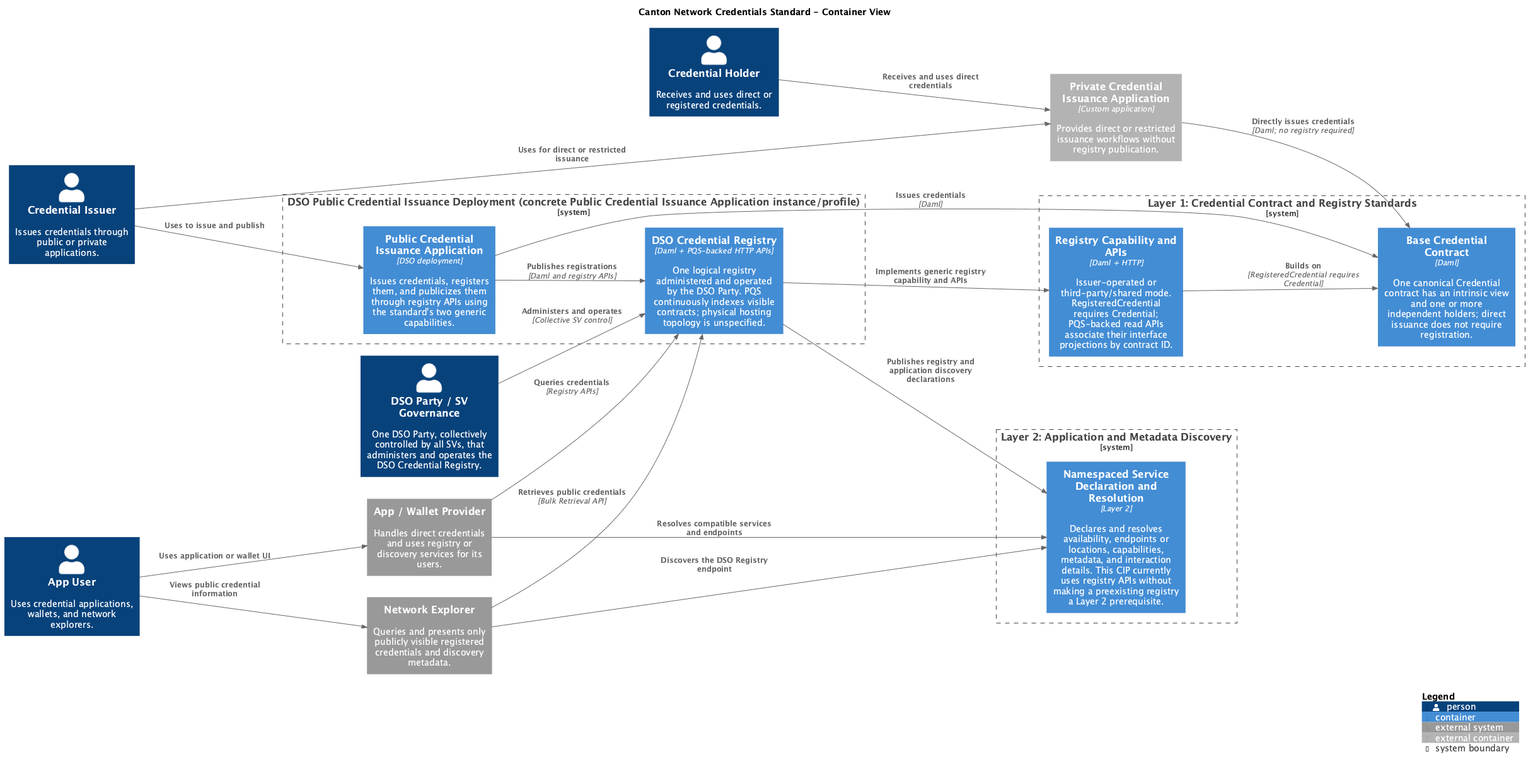
Earlier version of the PlantUML export cn-credentials-standard/images/credentials-containers.png (unlockitio/cips).
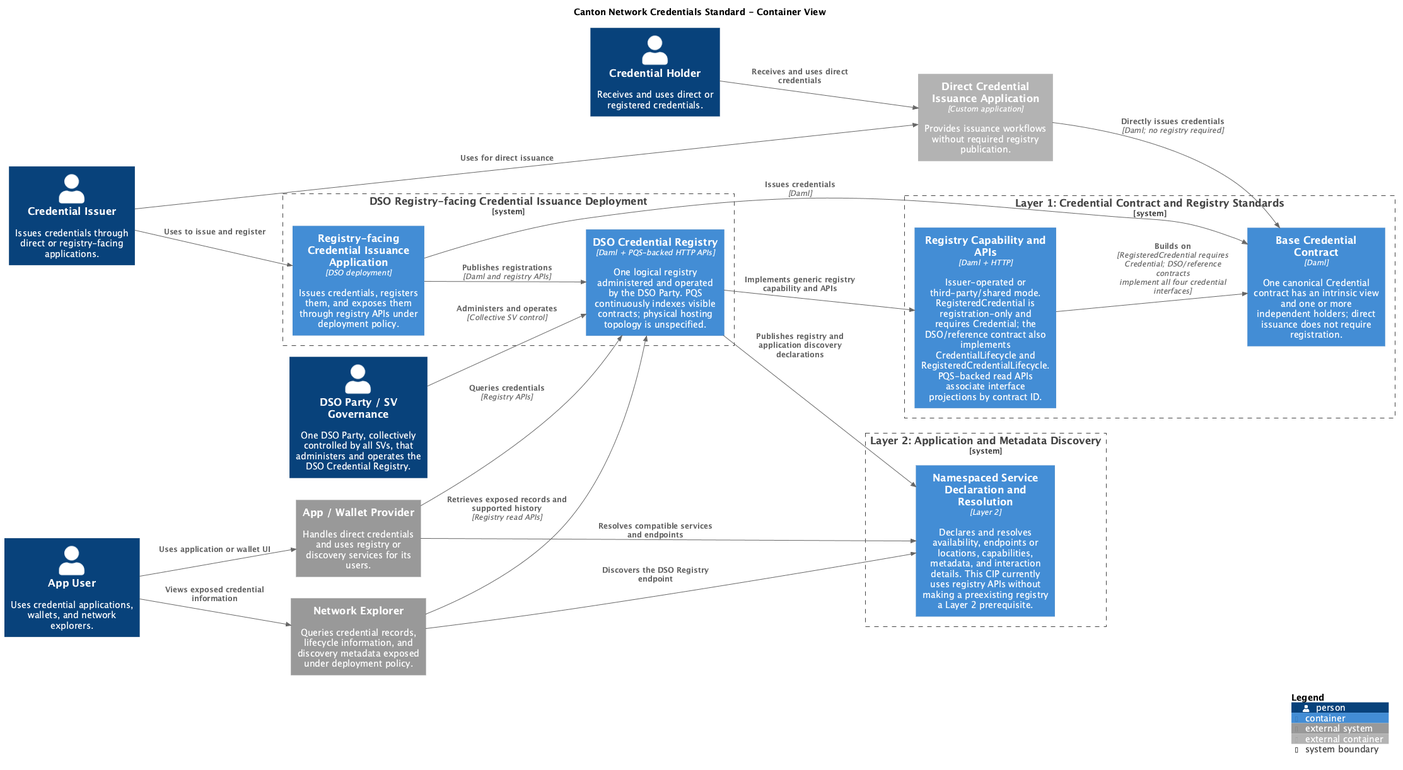
After the commit.

The edit, as a diff of the source:
```diff
@@ -4,36 +4,36 @@
 LAYOUT_LEFT_RIGHT()
 title Canton Network Credentials Standard - Container View
 
-Person(issuer, "Credential Issuer", "Issues credentials through public or private applications.")
+Person(issuer, "Credential Issuer", "Issues credentials through direct or registry-facing applications.")
 Person(holder, "Credential Holder", "Receives and uses direct or registered credentials.")
 Person(appUser, "App User", "Uses credential applications, wallets, and network explorers.")
 Person(dsoParty, "DSO Party / SV Governance", "One DSO Party, collectively controlled by all SVs, that administers and operates the DSO Credential Registry.")
 System_Ext(client, "App / Wallet Provider", "Handles direct credentials and uses registry or discovery services for its users.")
-System_Ext(explorer, "Network Explorer", "Queries and presents only publicly visible registered credentials and discovery metadata.")
-Container_Ext(privateIssuance, "Private Credential Issuance Application", "Custom application", "Provides direct or restricted issuance workflows without registry publication.")
+System_Ext(explorer, "Network Explorer", "Queries credential records, lifecycle information, and discovery metadata exposed under deployment policy.")
+Container_Ext(privateIssuance, "Direct Credential Issuance Application", "Custom application", "Provides issuance workflows without required registry publication.")
 
 System_Boundary(generic, "Layer 1: Credential Contract and Registry Standards") {
   Container(base, "Base Credential Contract", "Daml", "One canonical Credential contract has an intrinsic view and one or more independent holders; direct issuance does not require registration.")
-  Container(registry, "Registry Capability and APIs", "Daml + HTTP", "Issuer-operated or third-party/shared mode. RegisteredCredential requires Credential; PQS-backed read APIs associate their interface projections by contract ID.")
+  Container(registry, "Registry Capability and APIs", "Daml + HTTP", "Issuer-operated or third-party/shared mode. RegisteredCredential is registration-only and requires Credential; the DSO/reference contract also implements CredentialLifecycle and RegisteredCredentialLifecycle. PQS-backed read APIs associate interface projections by contract ID.")
 }
 
 System_Boundary(discoveryLayer, "Layer 2: Application and Metadata Discovery") {
   Container(discovery, "Namespaced Service Declaration and Resolution", "Layer 2", "Declares and resolves availability, endpoints or locations, capabilities, metadata, and interaction details. This CIP currently uses registry APIs without making a preexisting registry a Layer 2 prerequisite.")
 }
 
-System_Boundary(profile, "DSO Public Credential Issuance Deployment (concrete Public Credential Issuance Application instance/profile)") {
-  Container(publicIssuance, "Public Credential Issuance Application", "DSO deployment", "Issues credentials, registers them, and publicizes them through registry APIs using the standard's two generic capabilities.")
+System_Boundary(profile, "DSO Registry-facing Credential Issuance Deployment") {
+  Container(publicIssuance, "Registry-facing Credential Issuance Application", "DSO deployment", "Issues credentials, registers them, and exposes them through registry APIs under deployment policy.")
   Container(dsoRegistry, "DSO Credential Registry", "Daml + PQS-backed HTTP APIs", "One logical registry administered and operated by the DSO Party. PQS continuously indexes visible contracts; physical hosting topology is unspecified.")
 }
 
-Rel(issuer, privateIssuance, "Uses for direct or restricted issuance")
-Rel(issuer, publicIssuance, "Uses to issue and publish")
+Rel(issuer, privateIssuance, "Uses for direct issuance")
+Rel(issuer, publicIssuance, "Uses to issue and register")
 Rel(holder, privateIssuance, "Receives and uses direct credentials")
 Rel(appUser, client, "Uses application or wallet UI")
-Rel(appUser, explorer, "Views public credential information")
+Rel(appUser, explorer, "Views exposed credential information")
 Rel(privateIssuance, base, "Directly issues credentials", "Daml; no registry required")
 Rel(publicIssuance, base, "Issues credentials", "Daml")
-Rel(registry, base, "Builds on", "RegisteredCredential requires Credential")
+Rel(registry, base, "Builds on", "RegisteredCredential requires Credential; DSO/reference contracts implement all four credential interfaces")
 Rel(publicIssuance, dsoRegistry, "Publishes registrations", "Daml and registry APIs")
 Rel(dsoRegistry, registry, "Implements generic registry capability and APIs")
 Rel(dsoRegistry, discovery, "Publishes registry and application discovery declarations")
@@ -41,7 +41,7 @@
 Rel(client, discovery, "Resolves compatible services and endpoints")
 Rel(explorer, discovery, "Discovers the DSO Registry endpoint")
 Rel(client, dsoRegistry, "Queries credentials", "Registry APIs")
-Rel(explorer, dsoRegistry, "Retrieves public credentials", "Bulk Retrieval API")
+Rel(explorer, dsoRegistry, "Retrieves exposed records and supported history", "Registry read APIs")
 
 SHOW_LEGEND()
 @enduml
```
